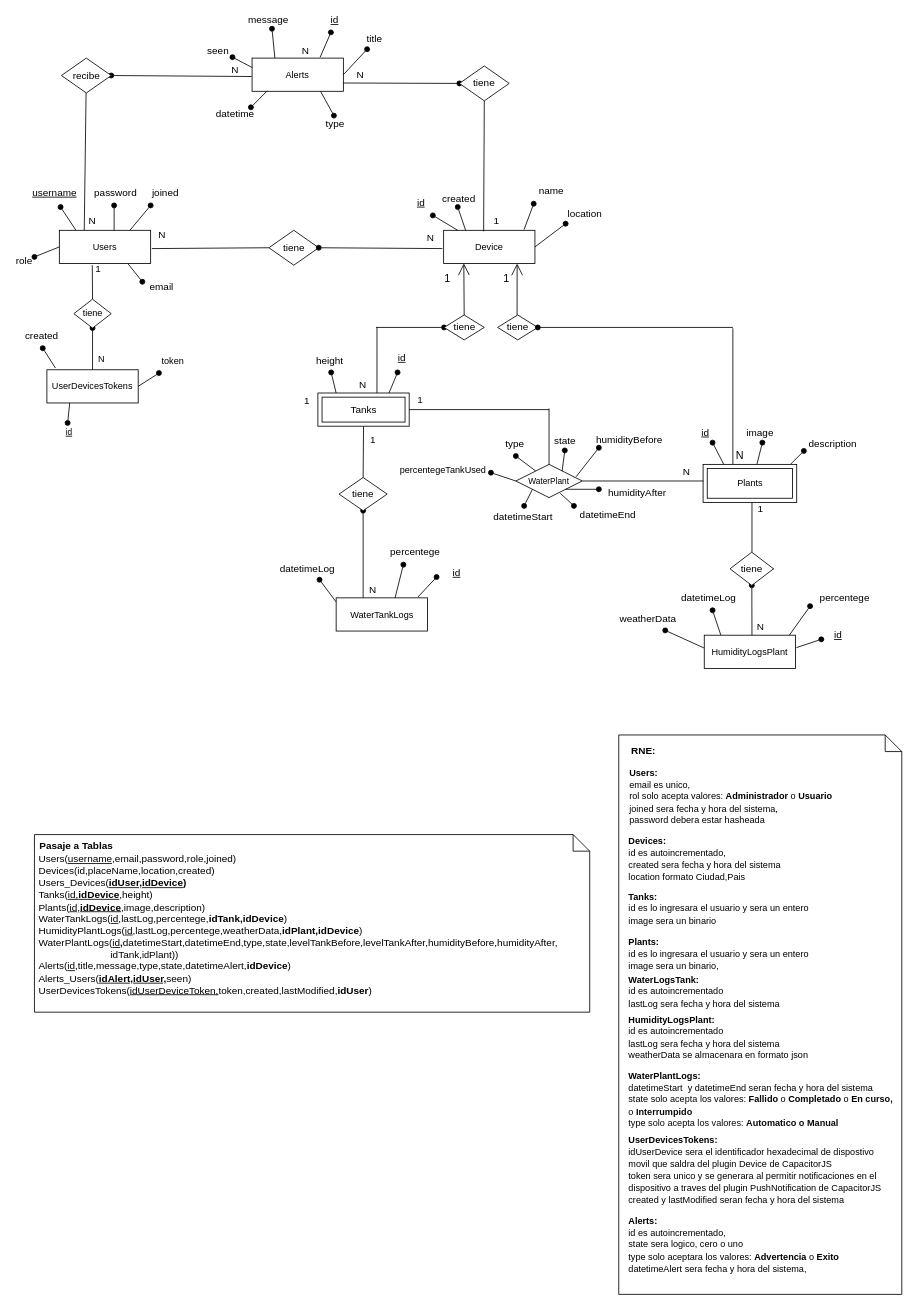
Earlier version of the draw.io diagram Diagramas/DER.drawio (Agustin15/AquaControl). Source tidied: cells renumbered, new cells numbered last; positions are measured from the earlier drawing's top-left corner, leaving out a move shared by most shapes. Both pictures are drawn from the tidied source at 83%, with x=0, y=0 at pixel (14, 16).
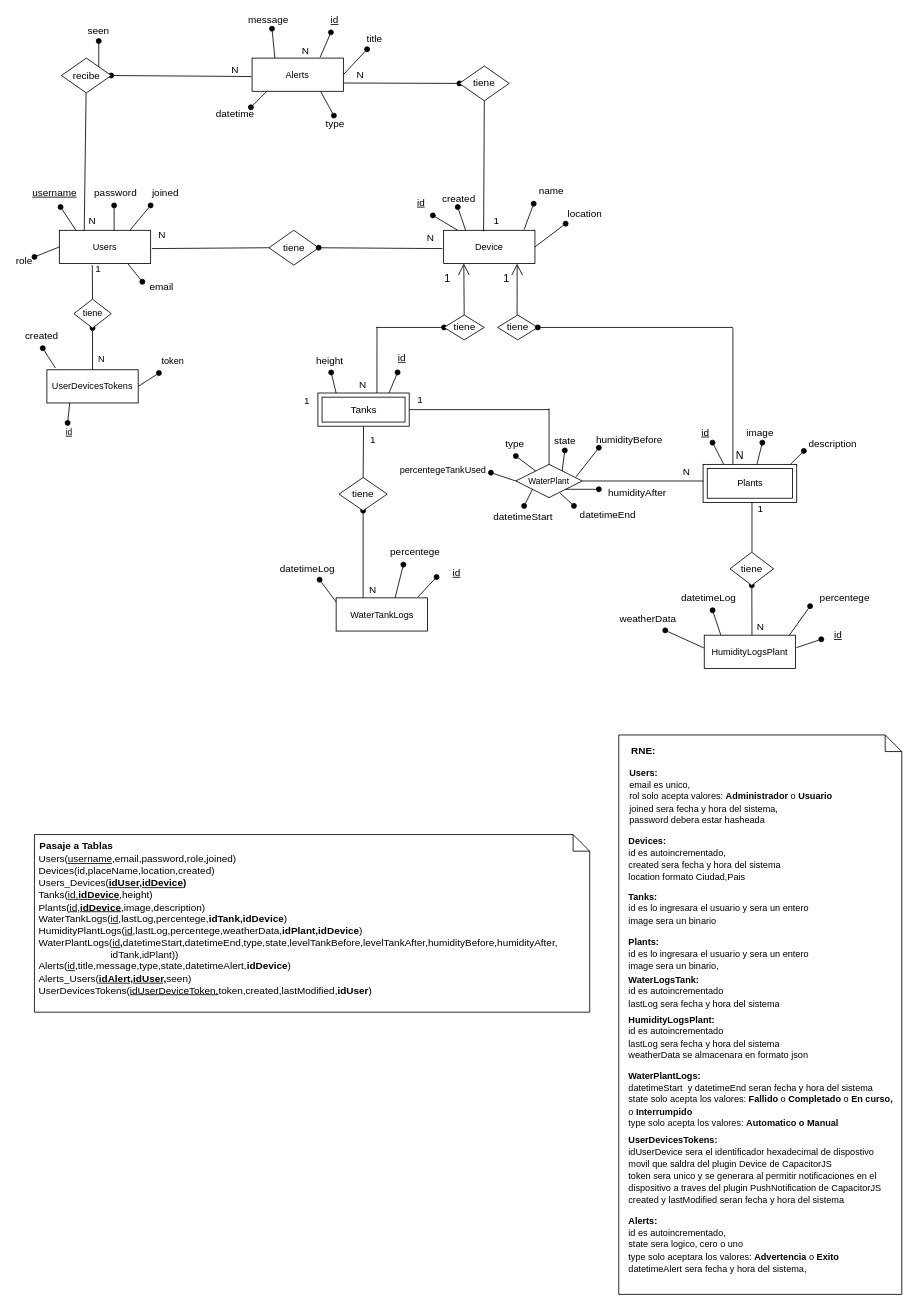
Above is the later version.

Unchanged cells that the change refers to:
```xml
<mxCell id="148" value="recibe" style="rhombus;whiteSpace=wrap;html=1;" parent="1" vertex="1">
  <mxGeometry x="56.5" y="50.5" width="60" height="42" as="geometry" />
</mxCell>
```

Diff of the diagram source:
```diff
@@
-    <mxCell id="132" style="endArrow=none;html=1;rounded=0;startArrow=oval;startFill=1;exitX=0.884;exitY=1.285;exitDx=0;exitDy=0;exitPerimeter=0;" parent="1" edge="1" source="133">
+    <mxCell id="132" style="endArrow=none;html=1;rounded=0;startArrow=oval;startFill=1;entryX=1;entryY=0;entryDx=0;entryDy=0;" parent="1" edge="1" target="148">
       <mxGeometry relative="1" as="geometry">
-        <mxPoint x="286.2" y="61.8" as="targetPoint" />
+        <mxPoint x="101.5" y="30" as="sourcePoint" />
       </mxGeometry>
     </mxCell>
     <mxCell id="133" value="seen" style="text;html=1;whiteSpace=wrap;strokeColor=none;fillColor=none;align=center;verticalAlign=middle;rounded=0;" parent="1" vertex="1">
-      <mxGeometry x="222.8" y="37.8" width="45" height="9" as="geometry" />
+      <mxGeometry x="78.5" y="13.8" width="45" height="9" as="geometry" />
     </mxCell>
```
